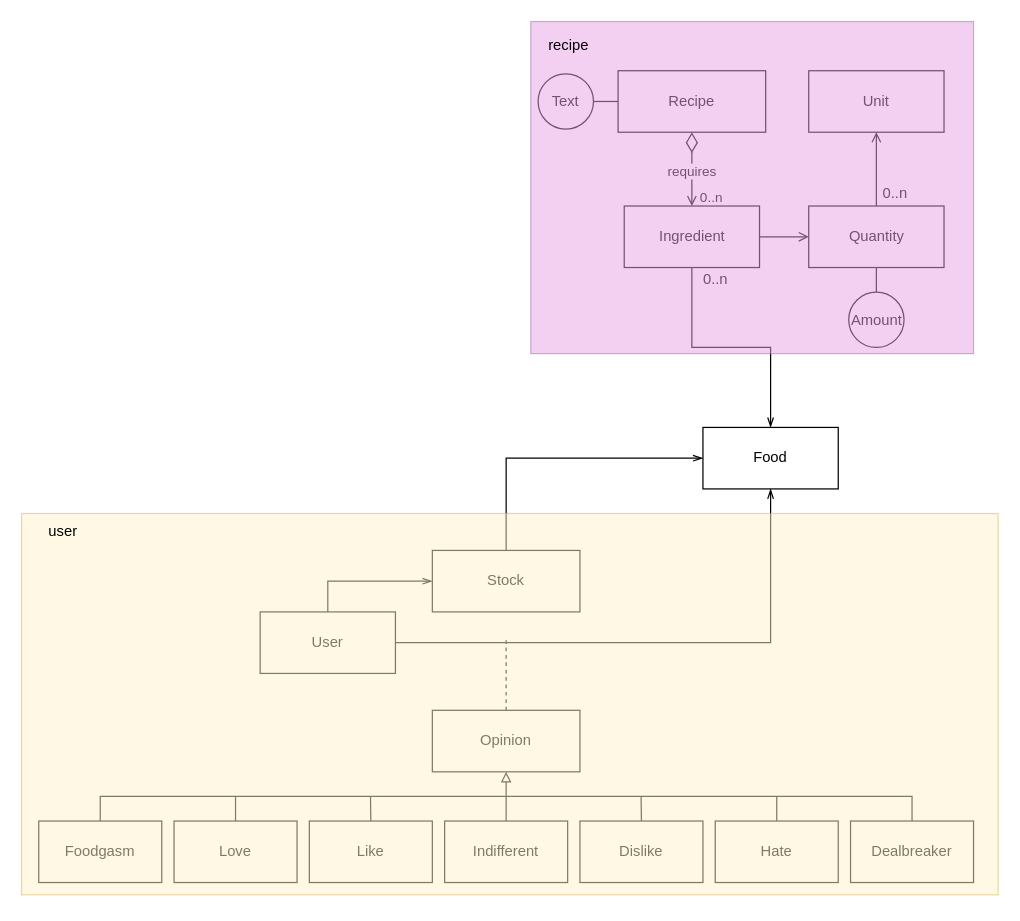
Earlier version of the draw.io diagram docs/diagrams/entity_concept.drawio (andretrump/quickie). Source tidied: cells renumbered, new cells numbered last; positions are measured from the earlier drawing's top-left corner, leaving out a move shared by most shapes. Both pictures are drawn from the tidied source at 123%, with x=0, y=0 at pixel (21, 21).
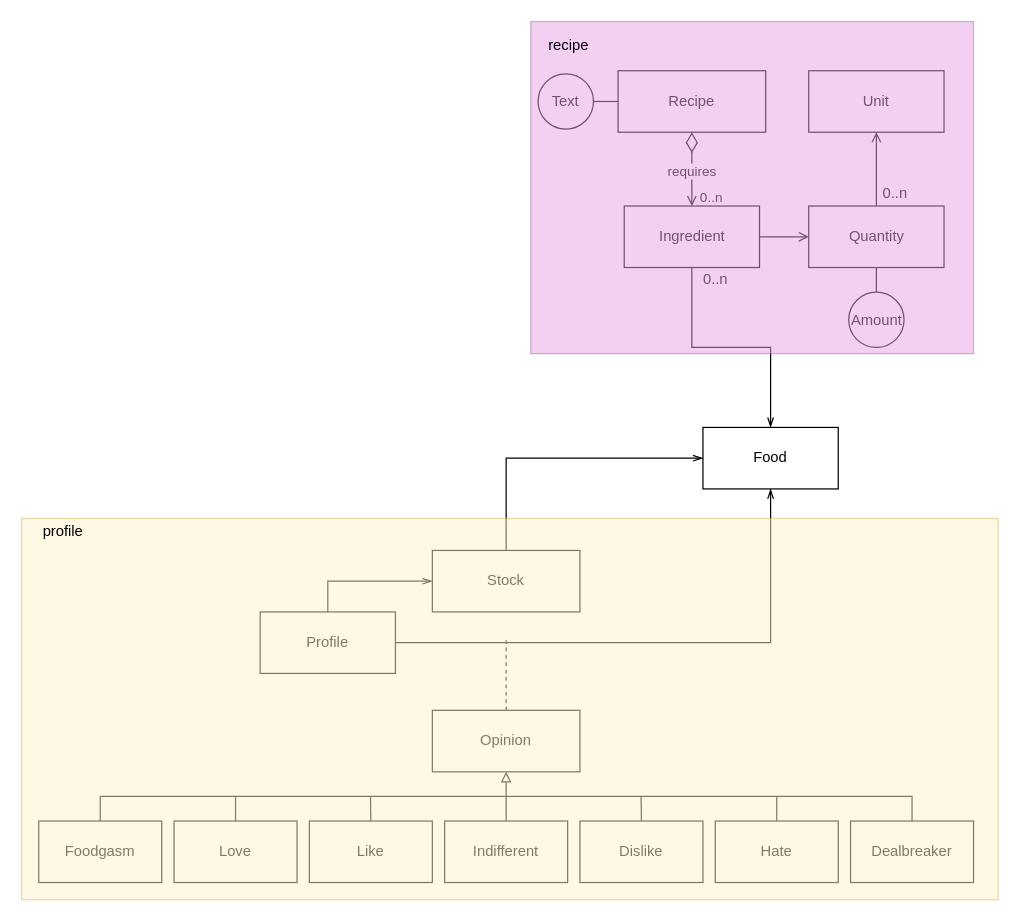
Above is the later version.

What changed in the source:
```diff
@@
-    <mxCell id="21" value="User" style="rounded=0;whiteSpace=wrap;html=1;" parent="1" vertex="1">
+    <mxCell id="21" value="Profile" style="rounded=0;whiteSpace=wrap;html=1;" parent="1" vertex="1">
       <mxGeometry x="194" y="480" width="110" height="50" as="geometry" />
     </mxCell>
@@
     <mxCell id="41" style="rounded=0;whiteSpace=wrap;html=1;fillColor=#fff2cc;opacity=50;strokeColor=#d6b656;" parent="1" vertex="1">
-      <mxGeometry y="400" width="794" height="310" as="geometry" />
+      <mxGeometry y="404" width="794" height="310" as="geometry" />
     </mxCell>
@@
-    <mxCell id="43" value="user" style="text;html=1;strokeColor=none;fillColor=none;align=center;verticalAlign=middle;whiteSpace=wrap;rounded=0;opacity=50;" parent="1" vertex="1">
+    <mxCell id="43" value="profile" style="text;html=1;strokeColor=none;fillColor=none;align=center;verticalAlign=middle;whiteSpace=wrap;rounded=0;opacity=50;" parent="1" vertex="1">
       <mxGeometry x="14" y="405" width="40" height="20" as="geometry" />
     </mxCell>
```
